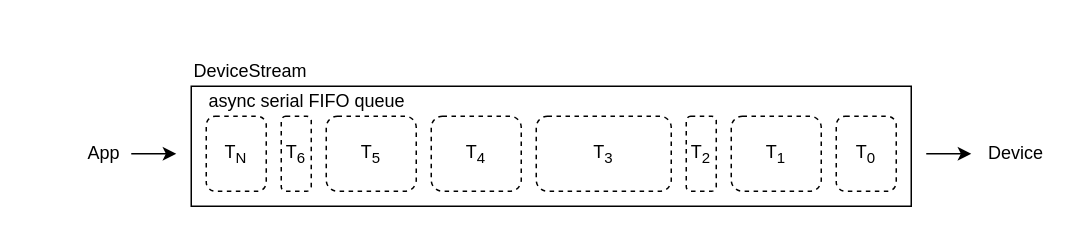
Before: Docs/DeviceStreamQueue.drawio in astrotuna201/ntf, a draw.io diagram. Source tidied: cells renumbered, new cells numbered last; positions are measured from the earlier drawing's top-left corner, leaving out a move shared by most shapes. Both pictures are drawn from the tidied source at 150%, with x=0, y=0 at pixel (74, 56).
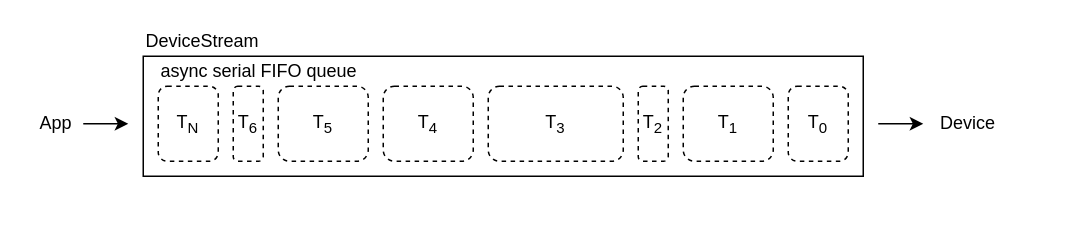
The same page after the edit.

The edit, as a diff of the source:
```diff
@@
+    <mxCell id="19" style="group;" parent="1" vertex="1">
+      <mxGeometry x="-32" y="-20" width="648" height="100" as="geometry" />
+    </mxCell>
+    <mxCell id="20" style="group;" parent="19" vertex="1">
+      <mxGeometry width="648" height="100" as="geometry" />
+    </mxCell>
-    <mxCell id="2" style="group;" parent="1" vertex="1">
+    <mxCell id="2" style="group;" parent="20" vertex="1">
       <mxGeometry width="648" height="100" as="geometry" />
     </mxCell>
```
